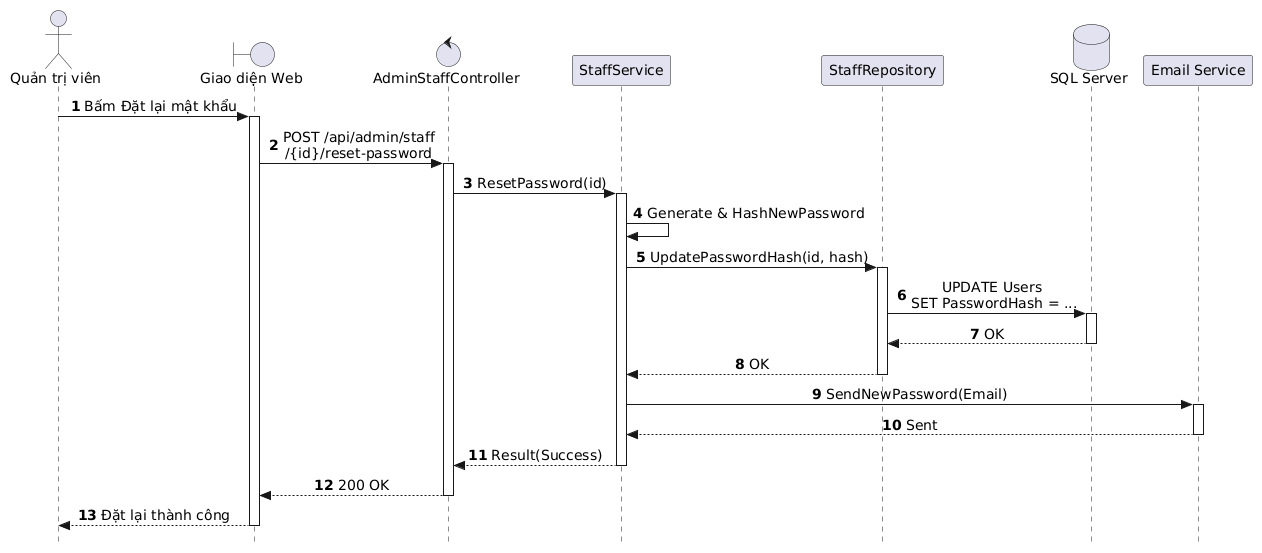
Before: out/docs/puml/sequences/SD_UC_A4_3_Reset_Password/SD_UC_A4_3_Reset_Password.png, a diagram exported from PlantUML (AndrewQng/VinDining).
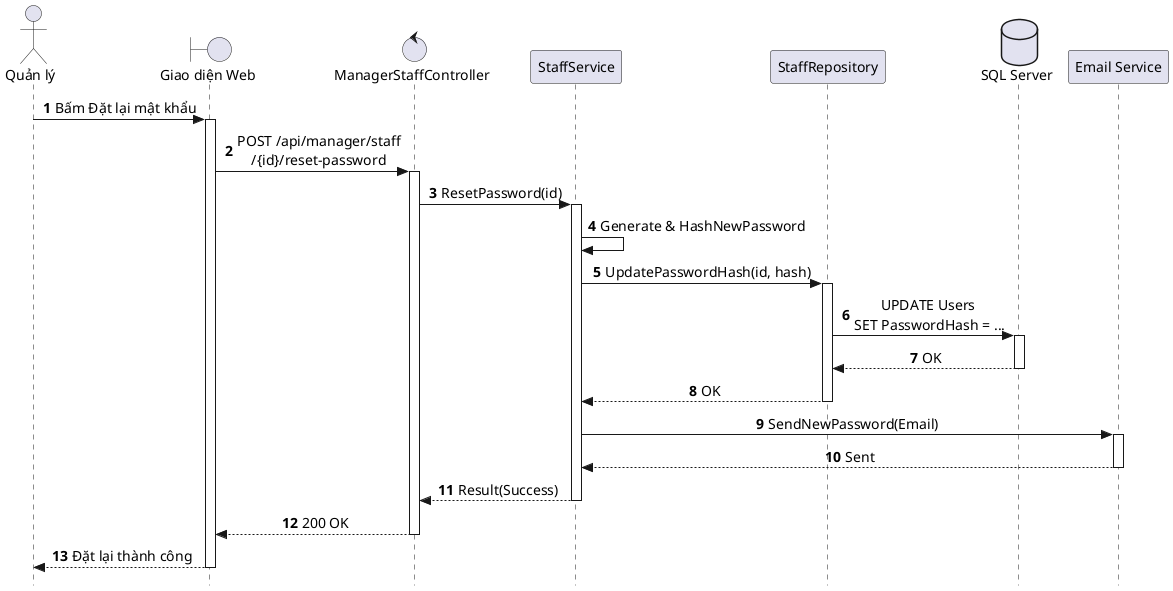
After the change.

Diff of the diagram source:
```diff
@@ -1,4 +1,4 @@
-@startuml
+@startuml SD_UC_A4_3_Reset_Password
 autonumber
 skinparam style strictuml
 skinparam sequenceMessageAlign center
@@ -6,18 +6,18 @@
 skinparam defaultFontName "Segoe UI", Arial, sans-serif
 skinparam defaultFontSize 14
 
-actor "Quản trị viên" as Admin
+actor "Quản lý" as Manager
 boundary "Giao diện Web" as UI
-control "AdminStaffController" as Controller
+control "ManagerStaffController" as Controller
 participant "StaffService" as Service
 participant "StaffRepository" as Repo
 database "SQL Server" as DB
 participant "Email Service" as MailService
 
-Admin -> UI: Bấm Đặt lại mật khẩu
+Manager -> UI: Bấm Đặt lại mật khẩu
 activate UI
 
-UI -> Controller: POST /api/admin/staff\n/{id}/reset-password
+UI -> Controller: POST /api/manager/staff\n/{id}/reset-password
 activate Controller
 
 Controller -> Service: ResetPassword(id)
@@ -45,6 +45,7 @@
 Controller --> UI: 200 OK
 deactivate Controller
 
-UI --> Admin: Đặt lại thành công
+UI --> Manager: Đặt lại thành công
 deactivate UI
+
 @enduml
```
